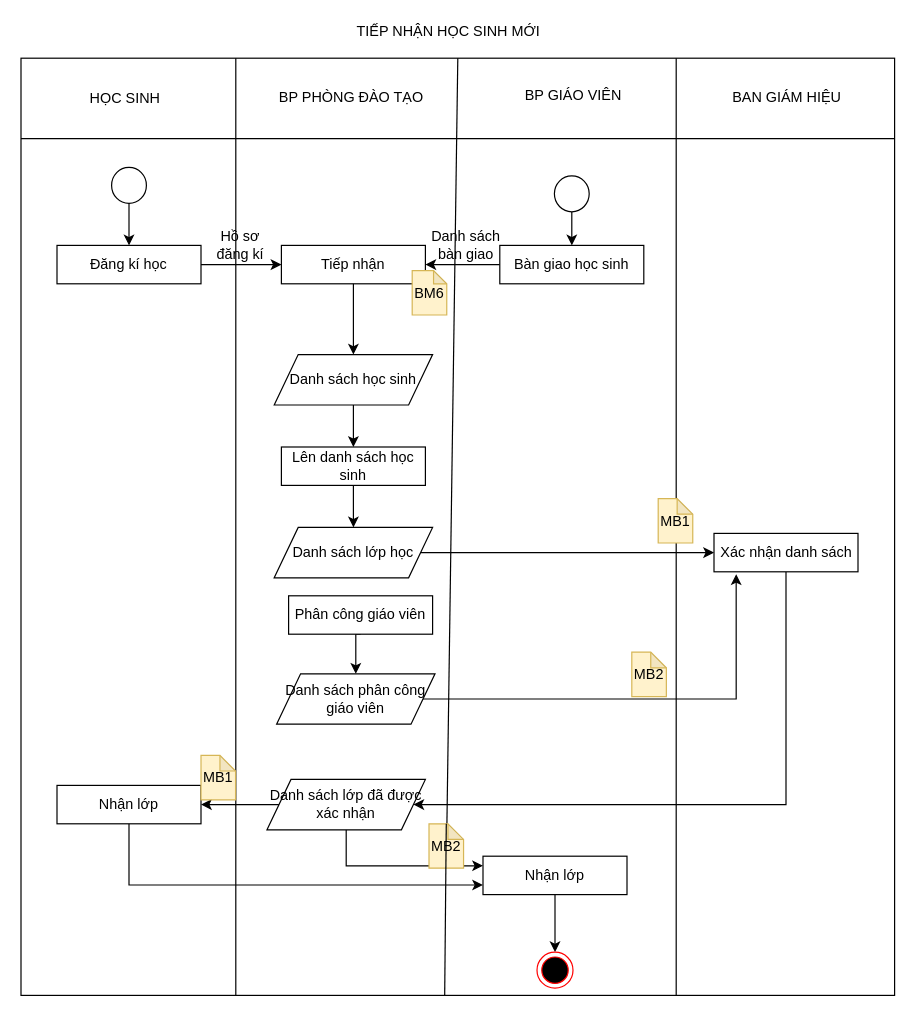
This is 1.2.2.a.drawio from TLGKien/graph, a draw.io file, before an edit. Source tidied: cells renumbered, new cells numbered last; positions are measured from the earlier drawing's top-left corner, leaving out a move shared by most shapes. Both pictures are drawn from the tidied source at 120%, with x=0, y=0 at pixel (20, 20).
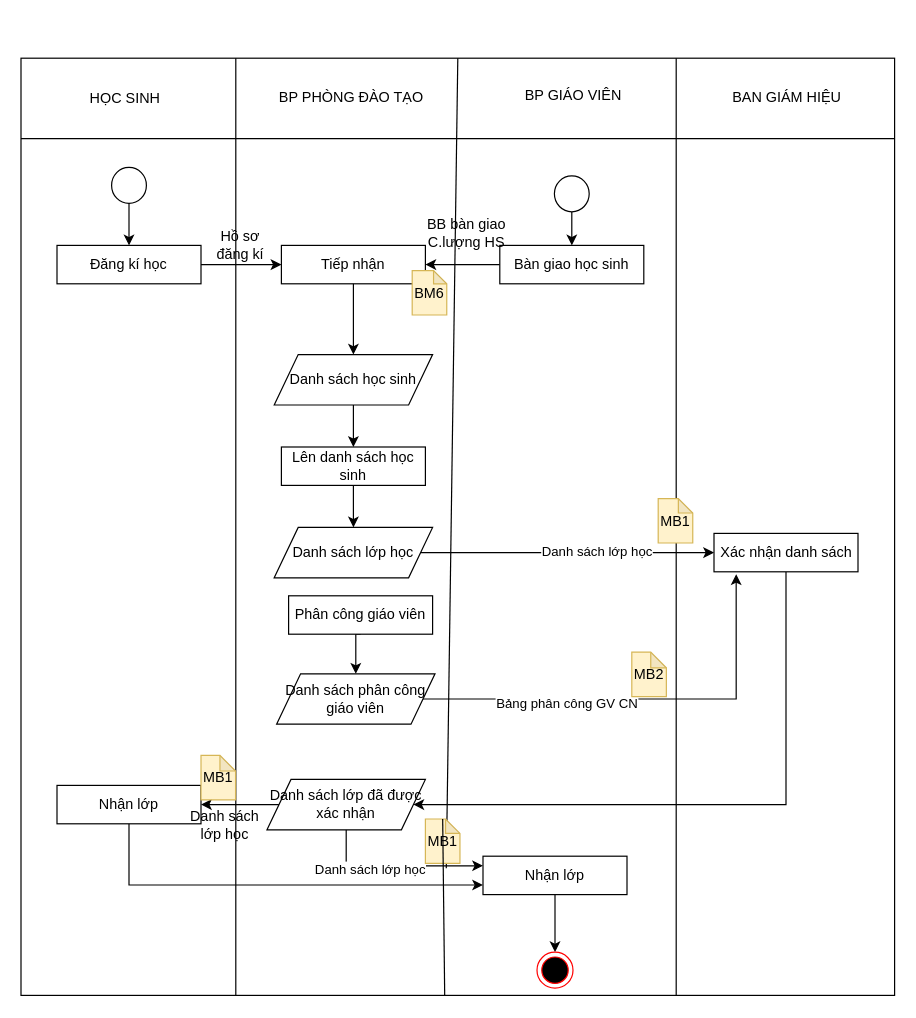
Above is the later version.

Unchanged cells that the change refers to:
```xml
<mxCell id="2" style="shape=internalStorage;whiteSpace=wrap;html=1;backgroundOutline=1;dx=179;dy=67;" parent="1" vertex="1">
  <mxGeometry y="31" width="728" height="781" as="geometry" />
</mxCell>
<mxCell id="30" style="edgeStyle=orthogonalEdgeStyle;rounded=0;jettySize=auto;html=1;exitX=1;exitY=0.5;exitDx=0;exitDy=0;entryX=0;entryY=0.5;entryDx=0;entryDy=0;" parent="1" edge="1" source="32" target="28">
  <mxGeometry relative="1" as="geometry" />
</mxCell>
<mxCell id="31" style="edgeStyle=orthogonalEdgeStyle;rounded=0;jettySize=auto;html=1;entryX=0;entryY=0.25;entryDx=0;entryDy=0;exitX=0.5;exitY=1;exitDx=0;exitDy=0;" parent="1" edge="1" source="41" target="36">
  <mxGeometry relative="1" as="geometry" />
</mxCell>
<mxCell id="42" style="edgeStyle=orthogonalEdgeStyle;rounded=0;jettySize=auto;html=1;exitX=1;exitY=0.5;exitDx=0;exitDy=0;entryX=0.154;entryY=1.063;entryDx=0;entryDy=0;entryPerimeter=0;" parent="1" edge="1" source="43" target="28">
  <mxGeometry relative="1" as="geometry" />
</mxCell>
```

Diff of the diagram source:
```diff
@@
-    <mxCell id="5" style="endArrow=none;html=1;entryX=0.5;entryY=0;entryDx=0;entryDy=0;exitX=0.5;exitY=1;exitDx=0;exitDy=0;" parent="1" edge="1" source="44" target="2">
-      <mxGeometry relative="1" as="geometry" />
+    <mxCell id="5" style="endArrow=none;html=1;entryX=0.5;entryY=0;entryDx=0;entryDy=0;exitX=0.5;exitY=1;exitDx=0;exitDy=0;" parent="1" edge="1" target="2">
+      <mxGeometry relative="1" as="geometry">
+        <mxPoint x="354.4" y="706" as="sourcePoint" />
+      </mxGeometry>
     </mxCell>
@@
-    <mxCell id="18" value="Danh sách bàn giao" style="text;html=1;strokeColor=none;fillColor=none;align=center;verticalAlign=middle;whiteSpace=wrap;rounded=0;" parent="1" vertex="1">
-      <mxGeometry x="337" y="159" width="68" height="56" as="geometry" />
-    </mxCell>
@@
+    <mxCell id="48" value="Danh sách lớp học" style="edgeLabel;html=1;align=center;verticalAlign=middle;" parent="30" vertex="1">
+      <mxGeometry x="-0.23" y="-1" relative="1" as="geometry">
+        <mxPoint x="52" y="-3" as="offset" />
+      </mxGeometry>
+    </mxCell>
@@
+    <mxCell id="49" value="Danh sách lớp học" style="edgeLabel;html=1;align=center;verticalAlign=middle;" parent="31" vertex="1">
+      <mxGeometry x="-0.32" y="-2" relative="1" as="geometry" />
+    </mxCell>
@@
-    <mxCell id="39" value="TIẾP NHẬN HỌC SINH MỚI" style="text;html=1;align=center;verticalAlign=middle;" parent="1" vertex="1">
-      <mxGeometry x="274" width="164" height="18" as="geometry" />
-    </mxCell>
-    <mxCell id="40" value="MB1" style="shape=note;whiteSpace=wrap;html=1;backgroundOutline=1;darkOpacity=0.05;size=13;fillColor=#fff2cc;strokeColor=#d6b656;" parent="1" vertex="1">
+    <mxCell id="40" value="MB1" style="shape=note;whiteSpace=wrap;html=1;backgroundOutline=1;darkOpacity=0.05;size=12;fillColor=#fff2cc;strokeColor=#d6b656;" parent="1" vertex="1">
       <mxGeometry x="531" y="398" width="28.8" height="37" as="geometry" />
     </mxCell>
@@
+    <mxCell id="50" value="Bảng phân công GV CN" style="edgeLabel;html=1;align=center;verticalAlign=middle;" parent="42" vertex="1">
+      <mxGeometry x="-0.45" relative="1" as="geometry">
+        <mxPoint x="19" y="3" as="offset" />
+      </mxGeometry>
+    </mxCell>
@@
-    <mxCell id="44" value="MB2" style="shape=note;whiteSpace=wrap;html=1;backgroundOutline=1;darkOpacity=0.05;size=13;fillColor=#fff2cc;strokeColor=#d6b656;" parent="1" vertex="1">
-      <mxGeometry x="340" y="669" width="28.8" height="37" as="geometry" />
-    </mxCell>
-    <mxCell id="45" style="endArrow=none;html=1;entryX=0.5;entryY=0;entryDx=0;entryDy=0;exitX=0.485;exitY=1;exitDx=0;exitDy=0;exitPerimeter=0;" parent="1" edge="1" source="2" target="44">
-      <mxGeometry relative="1" as="geometry" />
+    <mxCell id="45" style="endArrow=none;html=1;entryX=0.5;entryY=0;entryDx=0;entryDy=0;exitX=0.485;exitY=1;exitDx=0;exitDy=0;exitPerimeter=0;startArrow=none;" parent="1" edge="1" source="53">
+      <mxGeometry relative="1" as="geometry">
+        <mxPoint x="354.4" y="669" as="targetPoint" />
+      </mxGeometry>
     </mxCell>
@@
+    <mxCell id="51" value="BB bàn giao C.lượng HS" style="text;html=1;strokeColor=none;fillColor=none;align=center;verticalAlign=middle;whiteSpace=wrap;rounded=0;" parent="1" vertex="1">
+      <mxGeometry x="337" y="167" width="69" height="20" as="geometry" />
+    </mxCell>
+    <mxCell id="52" value="Danh sách lớp học" style="text;html=1;strokeColor=none;fillColor=none;align=center;verticalAlign=middle;whiteSpace=wrap;rounded=0;" parent="1" vertex="1">
+      <mxGeometry x="131" y="660" width="78" height="20" as="geometry" />
+    </mxCell>
+    <mxCell id="53" value="MB1" style="shape=note;whiteSpace=wrap;html=1;backgroundOutline=1;darkOpacity=0.05;size=12;fillColor=#fff2cc;strokeColor=#d6b656;" parent="1" vertex="1">
+      <mxGeometry x="337" y="665" width="28.8" height="37" as="geometry" />
+    </mxCell>
+    <mxCell id="54" style="endArrow=none;html=1;entryX=0.5;entryY=0;entryDx=0;entryDy=0;exitX=0.485;exitY=1;exitDx=0;exitDy=0;exitPerimeter=0;" parent="1" edge="1" source="2" target="53">
+      <mxGeometry relative="1" as="geometry" />
+    </mxCell>
```
